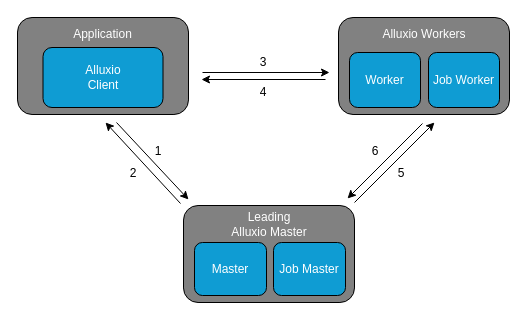
This is alluxio FreeWorker.drawio from YichuanSun/blog_picture, a draw.io file, before an edit. Source tidied: cells renumbered, new cells numbered last; positions are measured from the earlier drawing's top-left corner, leaving out a move shared by most shapes. Both pictures are drawn from the tidied source at 100%, with x=0, y=0 at pixel (17, 17).
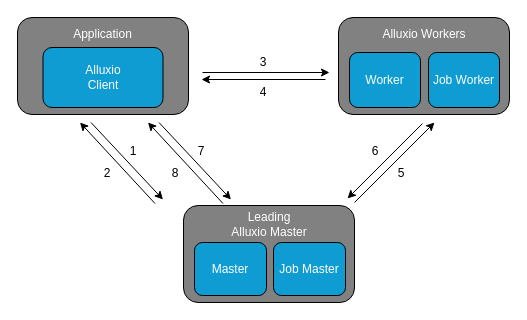
The same diagram, later.

What changed in the source:
```diff
@@
     <mxCell id="16" style="endArrow=classic;html=1;rounded=0;" parent="1" edge="1">
       <mxGeometry relative="1" as="geometry">
-        <mxPoint x="163" y="186" as="sourcePoint" />
-        <mxPoint x="88" y="105" as="targetPoint" />
+        <mxPoint x="137.5" y="186" as="sourcePoint" />
+        <mxPoint x="62.5" y="105" as="targetPoint" />
       </mxGeometry>
     </mxCell>
     <mxCell id="17" style="endArrow=classic;html=1;rounded=0;" parent="1" edge="1">
       <mxGeometry relative="1" as="geometry">
-        <mxPoint x="99" y="105" as="sourcePoint" />
-        <mxPoint x="171" y="182" as="targetPoint" />
+        <mxPoint x="73.5" y="105" as="sourcePoint" />
+        <mxPoint x="145.5" y="182" as="targetPoint" />
       </mxGeometry>
     </mxCell>
     <mxCell id="18" value="2" style="text;html=1;strokeColor=none;fillColor=none;align=center;verticalAlign=middle;whiteSpace=wrap;rounded=0;fontColor=#000000;" parent="1" vertex="1">
-      <mxGeometry x="85.5" y="141" width="60" height="30" as="geometry" />
+      <mxGeometry x="60" y="141" width="60" height="30" as="geometry" />
     </mxCell>
     <mxCell id="19" value="1" style="text;html=1;strokeColor=none;fillColor=none;align=center;verticalAlign=middle;whiteSpace=wrap;rounded=0;fontColor=#000000;" parent="1" vertex="1">
-      <mxGeometry x="111" y="119" width="60" height="30" as="geometry" />
+      <mxGeometry x="85.5" y="119" width="60" height="30" as="geometry" />
     </mxCell>
@@
+    <mxCell id="26" style="endArrow=classic;html=1;rounded=0;" parent="1" edge="1">
+      <mxGeometry relative="1" as="geometry">
+        <mxPoint x="205.5" y="186" as="sourcePoint" />
+        <mxPoint x="130.5" y="105" as="targetPoint" />
+      </mxGeometry>
+    </mxCell>
+    <mxCell id="27" style="endArrow=classic;html=1;rounded=0;" parent="1" edge="1">
+      <mxGeometry relative="1" as="geometry">
+        <mxPoint x="141.5" y="105" as="sourcePoint" />
+        <mxPoint x="213.5" y="182" as="targetPoint" />
+      </mxGeometry>
+    </mxCell>
+    <mxCell id="28" value="8" style="text;html=1;strokeColor=none;fillColor=none;align=center;verticalAlign=middle;whiteSpace=wrap;rounded=0;fontColor=#000000;" parent="1" vertex="1">
+      <mxGeometry x="128" y="141" width="60" height="30" as="geometry" />
+    </mxCell>
+    <mxCell id="29" value="7" style="text;html=1;strokeColor=none;fillColor=none;align=center;verticalAlign=middle;whiteSpace=wrap;rounded=0;fontColor=#000000;" parent="1" vertex="1">
+      <mxGeometry x="153.5" y="119" width="60" height="30" as="geometry" />
+    </mxCell>
```
